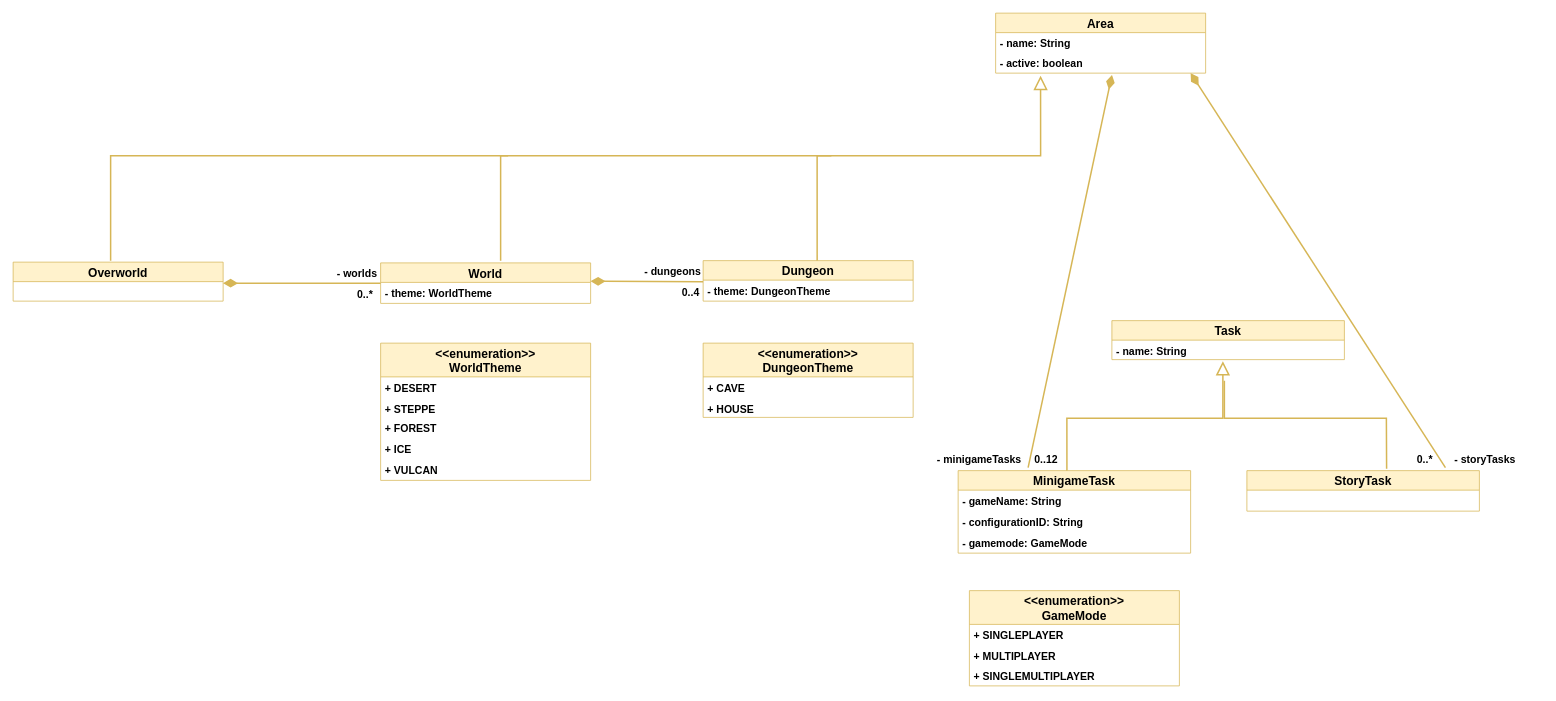
This is dev-manuals/services/overworld/class-diagram/overworld-class-diagram.drawio from Gamify-IT/docs, a draw.io file, before an edit. Source tidied: cells renumbered, new cells numbered last; positions are measured from the earlier drawing's top-left corner, leaving out a move shared by most shapes. Both pictures are drawn from the tidied source at 75%, with x=0, y=0 at pixel (13, 13).
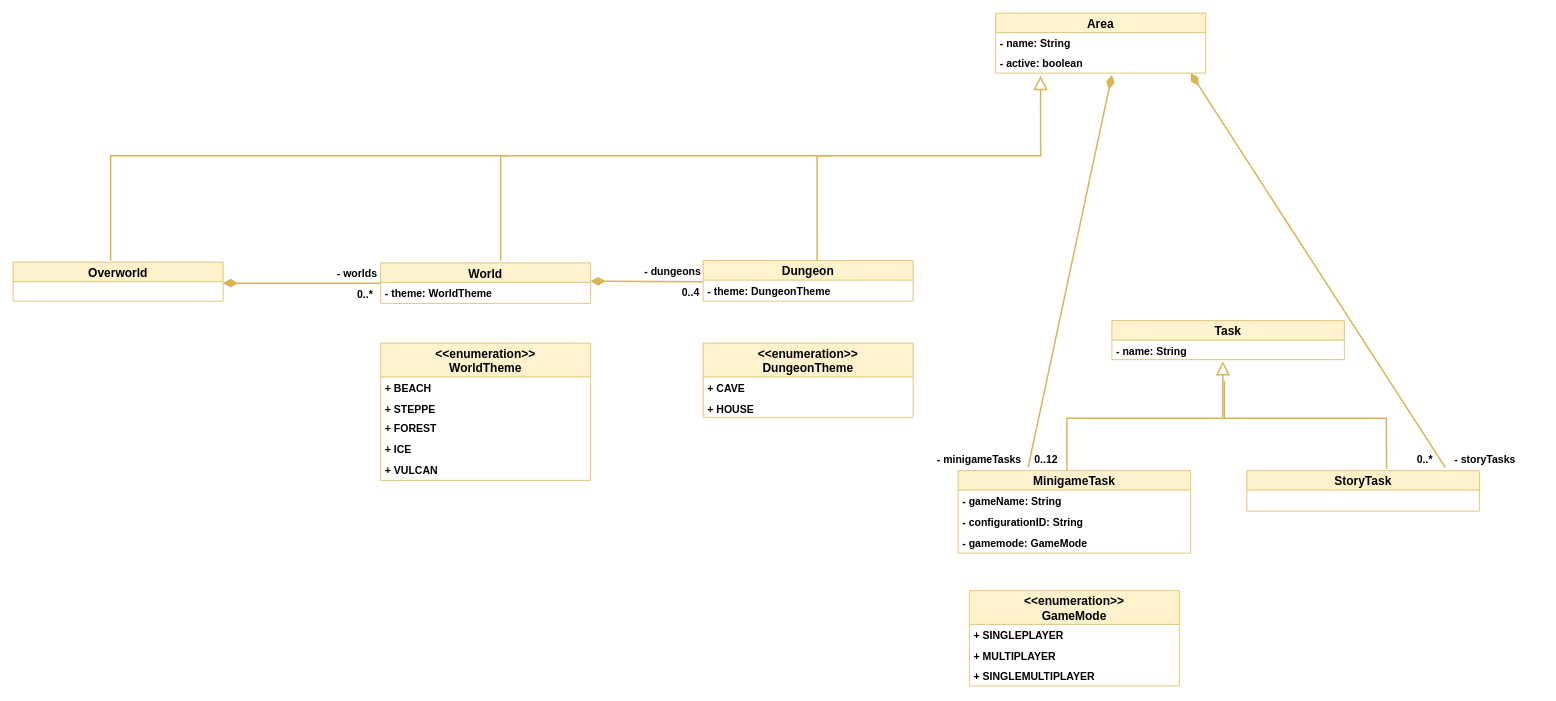
Above is the later version.

Commit message (it also covers changes not shown here):
update class diagram with new world 3 name

Unchanged cells that the change refers to:
```xml
<mxCell id="24" value="&lt;&lt;enumeration&gt;&gt;&#10;WorldTheme" style="swimlane;fontStyle=1;horizontal=1;startSize=45;fillColor=#fff2cc;strokeColor=#d6b656;fontSize=16;strokeWidth=1;fixDash=0;arcSize=15;" parent="1" vertex="1">
  <mxGeometry x="490" y="440" width="280" height="183" as="geometry" />
</mxCell>
```

Change to the diagram source:
```diff
@@
-    <mxCell id="25" value="+ DESERT" style="text;strokeColor=none;fillColor=none;align=left;verticalAlign=top;spacingLeft=4;spacingRight=4;overflow=hidden;fontStyle=1;fontSize=14;" parent="24" vertex="1">
+    <mxCell id="25" value="+ BEACH" style="text;strokeColor=none;fillColor=none;align=left;verticalAlign=top;spacingLeft=4;spacingRight=4;overflow=hidden;fontStyle=1;fontSize=14;" parent="24" vertex="1">
       <mxGeometry y="45" width="280" height="28" as="geometry" />
     </mxCell>
```
